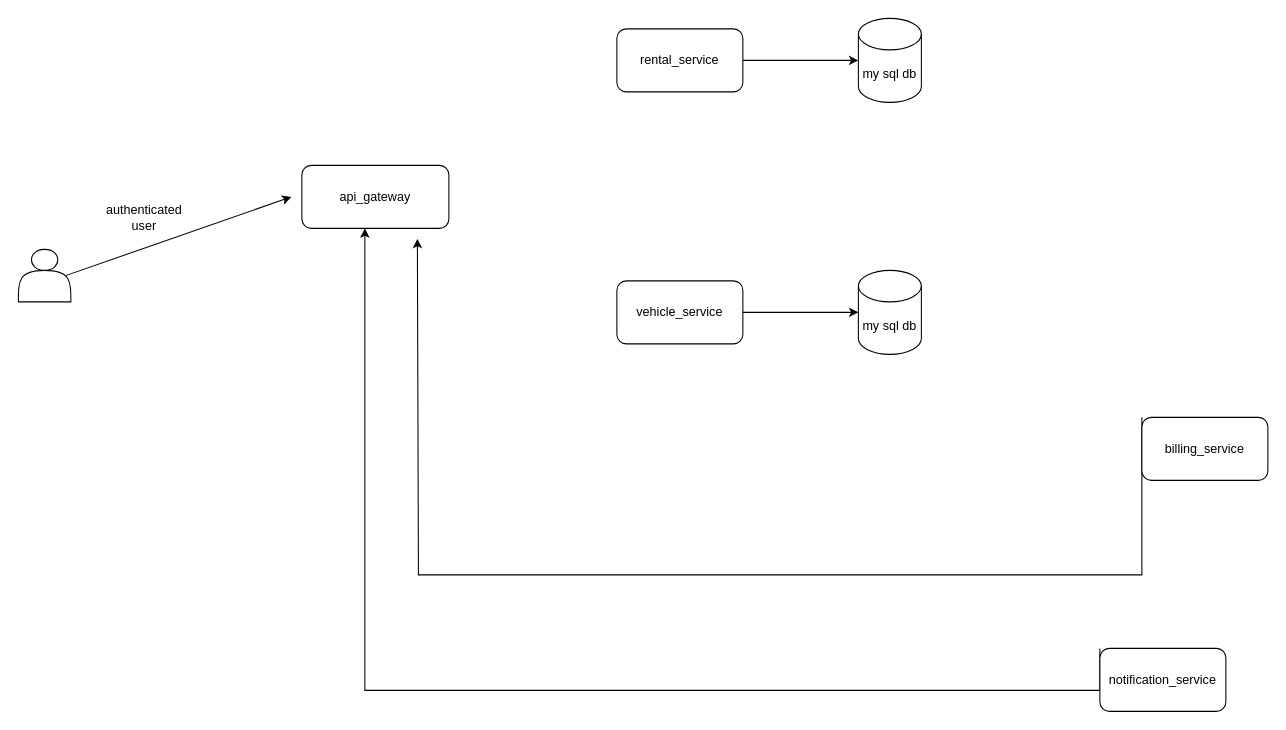
Above: page "Car-Rental-Service" (1 of 2) of car-rental.io.drawio in devBhaskar98/project-nodejs-ng-car-rental-app (draw.io), before the change. Source tidied: cells renumbered, new cells numbered last; positions are measured from the earlier drawing's top-left corner, leaving out a move shared by most shapes. Both pictures are drawn from the tidied source at 105%, with x=0, y=0 at pixel (18, 18).
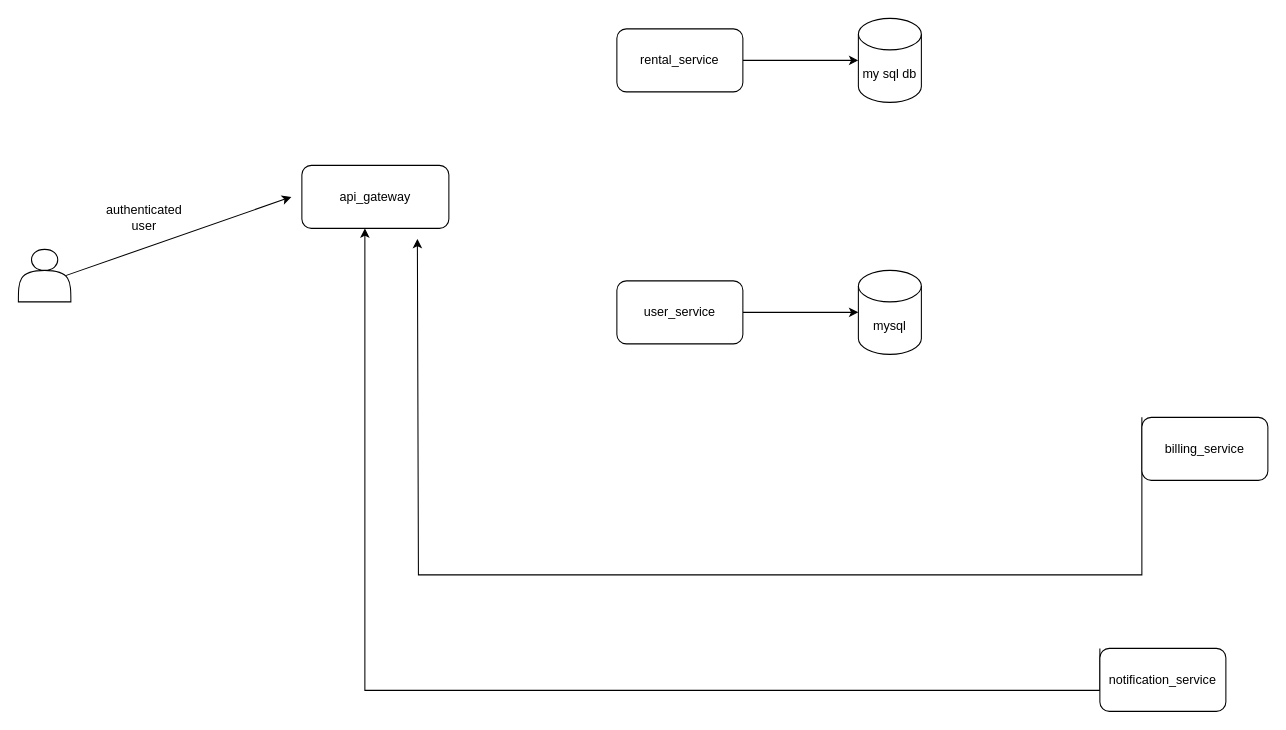
After the change.

Commit message (it also covers changes not shown here):
enable debugging and fix list vehicle

Change to the diagram source:
```diff
@@
-    <mxCell id="15" value="vehicle_service" style="rounded=1;whiteSpace=wrap;html=1;" parent="1" vertex="1">
+    <mxCell id="15" value="user_service" style="rounded=1;whiteSpace=wrap;html=1;" parent="1" vertex="1">
       <mxGeometry x="570" y="250" width="120" height="60" as="geometry" />
     </mxCell>
-    <mxCell id="16" value="my sql db" style="shape=cylinder3;whiteSpace=wrap;html=1;boundedLbl=1;backgroundOutline=1;size=15;" parent="1" vertex="1">
+    <mxCell id="16" value="mysql" style="shape=cylinder3;whiteSpace=wrap;html=1;boundedLbl=1;backgroundOutline=1;size=15;" parent="1" vertex="1">
       <mxGeometry x="800" y="240" width="60" height="80" as="geometry" />
     </mxCell>
```
